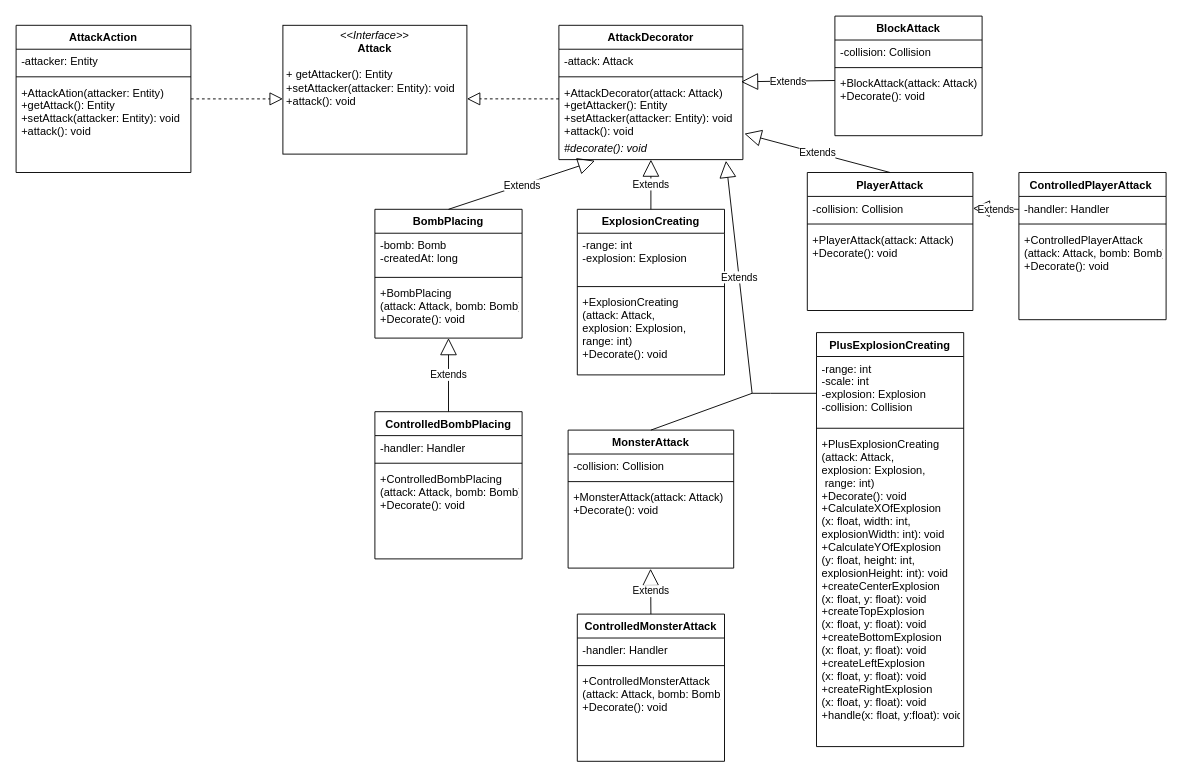
This is uml/drawio/action/Attack.drawio from TP-O/bomberman, a draw.io file, before an edit. Source tidied: cells renumbered, new cells numbered last; positions are measured from the earlier drawing's top-left corner, leaving out a move shared by most shapes. Both pictures are drawn from the tidied source at 92%, with x=0, y=0 at pixel (16, 16).
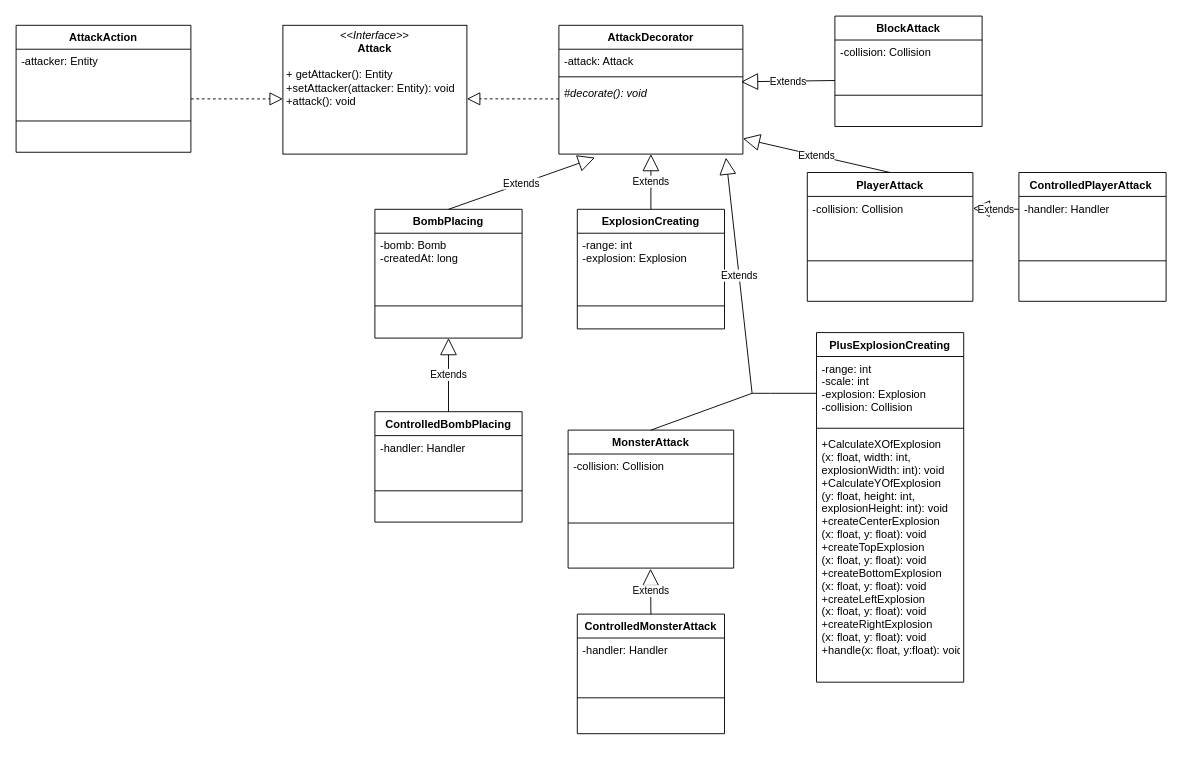
Above is the later version.

Unchanged cells that the change refers to:
```xml
<mxCell id="24" value="BombPlacing" style="swimlane;fontStyle=1;align=center;verticalAlign=top;horizontal=1;startSize=26;" parent="1" vertex="1">
  <mxGeometry x="390" y="210" width="160" height="140" as="geometry" />
</mxCell>
<mxCell id="29" value="MonsterAttack" style="swimlane;fontStyle=1;align=center;verticalAlign=top;horizontal=1;startSize=26;" parent="1" vertex="1">
  <mxGeometry x="600" y="450" width="180" height="150" as="geometry" />
</mxCell>
```

What changed in the source:
```diff
@@
     <mxCell id="2" value="AttackDecorator" style="swimlane;fontStyle=1;align=center;verticalAlign=top;horizontal=1;startSize=26;" parent="1" vertex="1">
-      <mxGeometry x="590" y="10" width="200" height="146" as="geometry" />
+      <mxGeometry x="590" y="10" width="200" height="140" as="geometry" />
     </mxCell>
@@
-    <mxCell id="6" value="+AttackDecorator(attack: Attack)&#10;+getAttacker(): Entity&#10;+setAttacker(attacker: Entity): void&#10;+attack(): void" style="text;strokeColor=none;fillColor=none;align=left;verticalAlign=top;spacingLeft=4;spacingRight=4;overflow=hidden;points=[[0,0.5],[1,0.5]];portConstraint=eastwest;" parent="2" vertex="1">
-      <mxGeometry y="60" width="200" height="60" as="geometry" />
-    </mxCell>
     <mxCell id="7" value="#decorate(): void" style="text;strokeColor=none;fillColor=none;align=left;verticalAlign=top;spacingLeft=4;spacingRight=4;overflow=hidden;points=[[0,0.5],[1,0.5]];portConstraint=eastwest;fontStyle=2;" parent="2" vertex="1">
-      <mxGeometry y="120" width="200" height="26" as="geometry" />
+      <mxGeometry y="60" width="200" height="80" as="geometry" />
     </mxCell>
     <mxCell id="8" value="AttackAction" style="swimlane;fontStyle=1;align=center;verticalAlign=top;horizontal=1;startSize=26;" parent="1" vertex="1">
-      <mxGeometry y="10" width="190" height="160" as="geometry" />
+      <mxGeometry y="10" width="190" height="138" as="geometry" />
     </mxCell>
     <mxCell id="9" value="-attacker: Entity" style="text;strokeColor=none;fillColor=none;align=left;verticalAlign=top;spacingLeft=4;spacingRight=4;overflow=hidden;" parent="8" vertex="1">
-      <mxGeometry y="26" width="190" height="26" as="geometry" />
+      <mxGeometry y="26" width="190" height="44" as="geometry" />
     </mxCell>
     <mxCell id="10" style="line;strokeWidth=1;fillColor=none;align=left;verticalAlign=middle;spacingTop=-1;spacingLeft=3;spacingRight=3;labelPosition=right;" parent="8" vertex="1">
-      <mxGeometry y="52" width="190" height="8" as="geometry" />
+      <mxGeometry y="70" width="190" height="68" as="geometry" />
     </mxCell>
-    <mxCell id="11" value="+AttackAtion(attacker: Entity)&#10;+getAttack(): Entity&#10;+setAttack(attacker: Entity): void&#10;+attack(): void" style="text;strokeColor=none;fillColor=none;align=left;verticalAlign=top;spacingLeft=4;spacingRight=4;overflow=hidden;" parent="8" vertex="1">
-      <mxGeometry y="60" width="190" height="100" as="geometry" />
-    </mxCell>
@@
     <mxCell id="14" value="ExplosionCreating" style="swimlane;fontStyle=1;align=center;verticalAlign=top;horizontal=1;startSize=26;" parent="1" vertex="1">
-      <mxGeometry x="610" y="210" width="160" height="180" as="geometry" />
+      <mxGeometry x="610" y="210" width="160" height="130" as="geometry" />
     </mxCell>
@@
     <mxCell id="17" style="line;strokeWidth=1;fillColor=none;align=left;verticalAlign=middle;spacingTop=-1;spacingLeft=3;spacingRight=3;labelPosition=right;" parent="14" vertex="1">
-      <mxGeometry y="80" width="160" height="8" as="geometry" />
+      <mxGeometry y="80" width="160" height="50" as="geometry" />
     </mxCell>
-    <mxCell id="18" value="+ExplosionCreating&#10;(attack: Attack, &#10;explosion: Explosion,&#10;range: int)&#10;+Decorate(): void" style="text;strokeColor=none;fillColor=none;align=left;verticalAlign=top;spacingLeft=4;spacingRight=4;overflow=hidden;fontStyle=0;" parent="14" vertex="1">
-      <mxGeometry y="88" width="160" height="92" as="geometry" />
-    </mxCell>
     <mxCell id="19" value="BlockAttack" style="swimlane;fontStyle=1;align=center;verticalAlign=top;horizontal=1;startSize=26;" parent="1" vertex="1">
-      <mxGeometry x="890" width="160" height="130" as="geometry" />
+      <mxGeometry x="890" width="160" height="120" as="geometry" />
     </mxCell>
@@
     <mxCell id="21" style="line;strokeWidth=1;fillColor=none;align=left;verticalAlign=middle;spacingTop=-1;spacingLeft=3;spacingRight=3;labelPosition=right;" parent="19" vertex="1">
-      <mxGeometry y="52" width="160" height="8" as="geometry" />
+      <mxGeometry y="52" width="160" height="68" as="geometry" />
     </mxCell>
-    <mxCell id="22" value="Extends" style="endArrow=block;endSize=16;endFill=0;html=1;entryX=0.99;entryY=0.023;entryDx=0;entryDy=0;entryPerimeter=0;" parent="19" edge="1" target="6">
+    <mxCell id="22" value="Extends" style="endArrow=block;endSize=16;endFill=0;html=1;entryX=0.99;entryY=0.023;entryDx=0;entryDy=0;entryPerimeter=0;" parent="19" edge="1">
       <mxGeometry relative="1" as="geometry">
         <mxPoint y="70" as="sourcePoint" />
+        <mxPoint x="-102" y="71.4" as="targetPoint" />
       </mxGeometry>
     </mxCell>
-    <mxCell id="23" value="+BlockAttack(attack: Attack)&#10;+Decorate(): void" style="text;strokeColor=none;fillColor=none;align=left;verticalAlign=top;spacingLeft=4;spacingRight=4;overflow=hidden;" parent="19" vertex="1">
-      <mxGeometry y="60" width="160" height="70" as="geometry" />
-    </mxCell>
@@
     <mxCell id="27" style="line;strokeWidth=1;fillColor=none;align=left;verticalAlign=middle;spacingTop=-1;spacingLeft=3;spacingRight=3;labelPosition=right;" parent="24" vertex="1">
-      <mxGeometry y="70" width="160" height="8" as="geometry" />
+      <mxGeometry y="70" width="160" height="70" as="geometry" />
     </mxCell>
-    <mxCell id="28" value="+BombPlacing&#10;(attack: Attack, bomb: Bomb)&#10;+Decorate(): void&#10;" style="text;strokeColor=none;fillColor=none;align=left;verticalAlign=top;spacingLeft=4;spacingRight=4;overflow=hidden;" parent="24" vertex="1">
-      <mxGeometry y="78" width="160" height="62" as="geometry" />
-    </mxCell>
@@
     <mxCell id="31" style="line;strokeWidth=1;fillColor=none;align=left;verticalAlign=middle;spacingTop=-1;spacingLeft=3;spacingRight=3;labelPosition=right;" parent="29" vertex="1">
-      <mxGeometry y="52" width="180" height="8" as="geometry" />
+      <mxGeometry y="52" width="180" height="98" as="geometry" />
     </mxCell>
-    <mxCell id="32" value="+MonsterAttack(attack: Attack)&#10;+Decorate(): void&#10;" style="text;strokeColor=none;fillColor=none;align=left;verticalAlign=top;spacingLeft=4;spacingRight=4;overflow=hidden;points=[[0,0.5],[1,0.5]];portConstraint=eastwest;" parent="29" vertex="1">
-      <mxGeometry y="60" width="180" height="90" as="geometry" />
-    </mxCell>
     <mxCell id="33" value="PlusExplosionCreating" style="swimlane;fontStyle=1;align=center;verticalAlign=top;horizontal=1;startSize=26;" parent="1" vertex="1">
-      <mxGeometry x="870" y="344" width="160" height="450" as="geometry" />
+      <mxGeometry x="870" y="344" width="160" height="380" as="geometry" />
     </mxCell>
@@
-    <mxCell id="36" value="+PlusExplosionCreating&#10;(attack: Attack, &#10;explosion: Explosion,&#10; range: int)&#10;+Decorate(): void&#10;+CalculateXOfExplosion&#10;(x: float, width: int, &#10;explosionWidth: int): void&#10;+CalculateYOfExplosion&#10;(y: float, height: int, &#10;explosionHeight: int): void&#10;+createCenterExplosion&#10;(x: float, y: float): void&#10;+createTopExplosion&#10;(x: float, y: float): void&#10;+createBottomExplosion&#10;(x: float, y: float): void&#10;+createLeftExplosion&#10;(x: float, y: float): void&#10;+createRightExplosion&#10;(x: float, y: float): void&#10;+handle(x: float, y:float): void" style="text;strokeColor=none;fillColor=none;align=left;verticalAlign=top;spacingLeft=4;spacingRight=4;overflow=hidden;fontStyle=0;" parent="33" vertex="1">
-      <mxGeometry y="108" width="160" height="342" as="geometry" />
+    <mxCell id="36" value="+CalculateXOfExplosion&#10;(x: float, width: int, &#10;explosionWidth: int): void&#10;+CalculateYOfExplosion&#10;(y: float, height: int, &#10;explosionHeight: int): void&#10;+createCenterExplosion&#10;(x: float, y: float): void&#10;+createTopExplosion&#10;(x: float, y: float): void&#10;+createBottomExplosion&#10;(x: float, y: float): void&#10;+createLeftExplosion&#10;(x: float, y: float): void&#10;+createRightExplosion&#10;(x: float, y: float): void&#10;+handle(x: float, y:float): void" style="text;strokeColor=none;fillColor=none;align=left;verticalAlign=top;spacingLeft=4;spacingRight=4;overflow=hidden;fontStyle=0;" parent="33" vertex="1">
+      <mxGeometry y="108" width="160" height="272" as="geometry" />
     </mxCell>
     <mxCell id="37" value="PlayerAttack" style="swimlane;fontStyle=1;align=center;verticalAlign=top;horizontal=1;startSize=26;" parent="1" vertex="1">
-      <mxGeometry x="860" y="170" width="180" height="150" as="geometry" />
+      <mxGeometry x="860" y="170" width="180" height="140" as="geometry" />
     </mxCell>
-    <mxCell id="38" value="Extends" style="endArrow=block;endSize=16;endFill=0;html=1;entryX=1.008;entryY=-0.084;entryDx=0;entryDy=0;entryPerimeter=0;" parent="37" edge="1" target="7">
+    <mxCell id="38" value="Extends" style="endArrow=block;endSize=16;endFill=0;html=1;" parent="37" edge="1" target="7">
       <mxGeometry relative="1" as="geometry">
         <mxPoint x="90" as="sourcePoint" />
       </mxGeometry>
     </mxCell>
@@
     <mxCell id="40" style="line;strokeWidth=1;fillColor=none;align=left;verticalAlign=middle;spacingTop=-1;spacingLeft=3;spacingRight=3;labelPosition=right;" parent="37" vertex="1">
-      <mxGeometry y="52" width="180" height="8" as="geometry" />
+      <mxGeometry y="52" width="180" height="88" as="geometry" />
     </mxCell>
-    <mxCell id="41" value="+PlayerAttack(attack: Attack)&#10;+Decorate(): void&#10;" style="text;strokeColor=none;fillColor=none;align=left;verticalAlign=top;spacingLeft=4;spacingRight=4;overflow=hidden;" parent="37" vertex="1">
-      <mxGeometry y="60" width="180" height="90" as="geometry" />
-    </mxCell>
@@
     <mxCell id="46" value="ControlledBombPlacing" style="swimlane;fontStyle=1;align=center;verticalAlign=top;horizontal=1;startSize=26;" parent="1" vertex="1">
-      <mxGeometry x="390" y="430" width="160" height="160" as="geometry" />
+      <mxGeometry x="390" y="430" width="160" height="120" as="geometry" />
     </mxCell>
@@
     <mxCell id="48" style="line;strokeWidth=1;fillColor=none;align=left;verticalAlign=middle;spacingTop=-1;spacingLeft=3;spacingRight=3;labelPosition=right;" parent="46" vertex="1">
-      <mxGeometry y="52" width="160" height="8" as="geometry" />
+      <mxGeometry y="52" width="160" height="68" as="geometry" />
     </mxCell>
-    <mxCell id="49" value="+ControlledBombPlacing&#10;(attack: Attack, bomb: Bomb)&#10;+Decorate(): void" style="text;strokeColor=none;fillColor=none;align=left;verticalAlign=top;spacingLeft=4;spacingRight=4;overflow=hidden;fontStyle=0;" parent="46" vertex="1">
-      <mxGeometry y="60" width="160" height="100" as="geometry" />
-    </mxCell>
@@
     <mxCell id="51" value="ControlledMonsterAttack" style="swimlane;fontStyle=1;align=center;verticalAlign=top;horizontal=1;startSize=26;" parent="1" vertex="1">
-      <mxGeometry x="610" y="650" width="160" height="160" as="geometry" />
+      <mxGeometry x="610" y="650" width="160" height="130" as="geometry" />
     </mxCell>
-    <mxCell id="52" value="Extends" style="endArrow=block;endSize=16;endFill=0;html=1;entryX=0.498;entryY=1.008;entryDx=0;entryDy=0;entryPerimeter=0;" parent="51" edge="1" target="32">
+    <mxCell id="52" value="Extends" style="endArrow=block;endSize=16;endFill=0;html=1;entryX=0.498;entryY=1.008;entryDx=0;entryDy=0;entryPerimeter=0;" parent="51" edge="1">
       <mxGeometry relative="1" as="geometry">
         <mxPoint x="80" as="sourcePoint" />
+        <mxPoint x="79.6" y="-49.3" as="targetPoint" />
       </mxGeometry>
     </mxCell>
@@
     <mxCell id="54" style="line;strokeWidth=1;fillColor=none;align=left;verticalAlign=middle;spacingTop=-1;spacingLeft=3;spacingRight=3;labelPosition=right;" parent="51" vertex="1">
-      <mxGeometry y="52" width="160" height="8" as="geometry" />
+      <mxGeometry y="52" width="160" height="78" as="geometry" />
     </mxCell>
-    <mxCell id="55" value="+ControlledMonsterAttack&#10;(attack: Attack, bomb: Bomb)&#10;+Decorate(): void" style="text;strokeColor=none;fillColor=none;align=left;verticalAlign=top;spacingLeft=4;spacingRight=4;overflow=hidden;fontStyle=0;" parent="51" vertex="1">
-      <mxGeometry y="60" width="160" height="100" as="geometry" />
-    </mxCell>
     <mxCell id="56" value="ControlledPlayerAttack " style="swimlane;fontStyle=1;align=center;verticalAlign=top;horizontal=1;startSize=26;" parent="1" vertex="1">
-      <mxGeometry x="1090" y="170" width="160" height="160" as="geometry" />
+      <mxGeometry x="1090" y="170" width="160" height="140" as="geometry" />
     </mxCell>
@@
     <mxCell id="59" style="line;strokeWidth=1;fillColor=none;align=left;verticalAlign=middle;spacingTop=-1;spacingLeft=3;spacingRight=3;labelPosition=right;" parent="56" vertex="1">
-      <mxGeometry y="52" width="160" height="8" as="geometry" />
+      <mxGeometry y="52" width="160" height="88" as="geometry" />
     </mxCell>
-    <mxCell id="60" value="+ControlledPlayerAttack &#10;(attack: Attack, bomb: Bomb)&#10;+Decorate(): void" style="text;strokeColor=none;fillColor=none;align=left;verticalAlign=top;spacingLeft=4;spacingRight=4;overflow=hidden;fontStyle=0;" parent="56" vertex="1">
-      <mxGeometry y="60" width="160" height="100" as="geometry" />
-    </mxCell>
```
